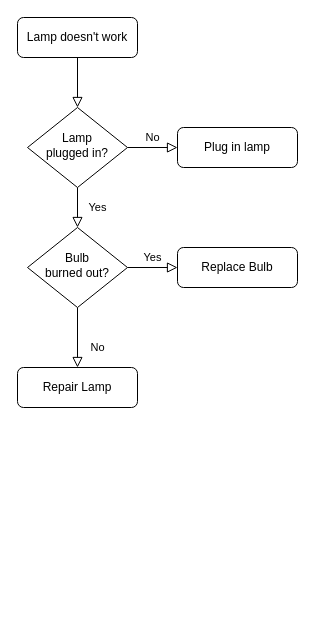
Above: Untitled Diagram.drawio in ChulHee-Nam/sample (draw.io), before the change. Source tidied: cells renumbered, new cells numbered last; positions are measured from the earlier drawing's top-left corner, leaving out a move shared by most shapes. Both pictures are drawn from the tidied source at 100%, with x=0, y=0 at pixel (17, 17).
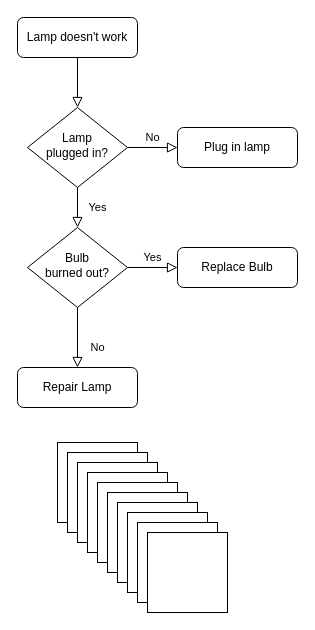
The same page after the edit.

Commit message:
secode message

The edit, as a diff of the source:
```diff
@@
+    <mxCell id="13" style="whiteSpace=wrap;html=1;" parent="1" vertex="1">
+      <mxGeometry x="40" y="425" width="80" height="80" as="geometry" />
+    </mxCell>
+    <mxCell id="14" style="whiteSpace=wrap;html=1;" parent="1" vertex="1">
+      <mxGeometry x="50" y="435" width="80" height="80" as="geometry" />
+    </mxCell>
+    <mxCell id="15" style="whiteSpace=wrap;html=1;" parent="1" vertex="1">
+      <mxGeometry x="60" y="445" width="80" height="80" as="geometry" />
+    </mxCell>
+    <mxCell id="16" style="whiteSpace=wrap;html=1;" parent="1" vertex="1">
+      <mxGeometry x="70" y="455" width="80" height="80" as="geometry" />
+    </mxCell>
+    <mxCell id="17" style="whiteSpace=wrap;html=1;" parent="1" vertex="1">
+      <mxGeometry x="80" y="465" width="80" height="80" as="geometry" />
+    </mxCell>
+    <mxCell id="18" style="whiteSpace=wrap;html=1;" parent="1" vertex="1">
+      <mxGeometry x="90" y="475" width="80" height="80" as="geometry" />
+    </mxCell>
+    <mxCell id="19" style="whiteSpace=wrap;html=1;" parent="1" vertex="1">
+      <mxGeometry x="100" y="485" width="80" height="80" as="geometry" />
+    </mxCell>
+    <mxCell id="20" style="whiteSpace=wrap;html=1;" parent="1" vertex="1">
+      <mxGeometry x="110" y="495" width="80" height="80" as="geometry" />
+    </mxCell>
+    <mxCell id="21" style="whiteSpace=wrap;html=1;" parent="1" vertex="1">
+      <mxGeometry x="120" y="505" width="80" height="80" as="geometry" />
+    </mxCell>
+    <mxCell id="22" style="whiteSpace=wrap;html=1;" parent="1" vertex="1">
+      <mxGeometry x="130" y="515" width="80" height="80" as="geometry" />
+    </mxCell>
```
